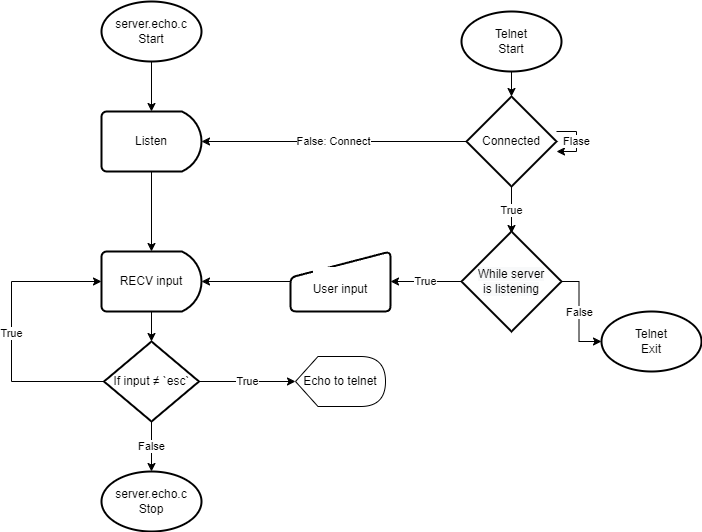
This is Relazione/flowchart.png from Vaxick/Socket-Server-Client, a draw.io export, as it was before one commit. Source tidied: cells renumbered, new cells last; positions are measured from the earlier drawing's top-left corner, leaving out a move shared by most shapes. Source of this version:
```xml
<mxGraphModel>
  <root>
    <mxCell id="0" />
    <mxCell id="1" parent="0" />
    <mxCell id="2" style="edgeStyle=orthogonalEdgeStyle;rounded=0;jettySize=auto;html=1;entryX=0.5;entryY=0;entryDx=0;entryDy=0;entryPerimeter=0;" parent="1" edge="1" target="7">
      <mxGeometry relative="1" as="geometry">
        <mxPoint x="140" y="60" as="sourcePoint" />
      </mxGeometry>
    </mxCell>
    <mxCell id="3" style="edgeStyle=orthogonalEdgeStyle;rounded=0;jettySize=auto;html=1;entryX=0.5;entryY=0;entryDx=0;entryDy=0;entryPerimeter=0;" parent="1" edge="1" target="10">
      <mxGeometry relative="1" as="geometry">
        <mxPoint x="500" y="70" as="sourcePoint" />
      </mxGeometry>
    </mxCell>
    <mxCell id="4" style="edgeStyle=orthogonalEdgeStyle;rounded=0;jettySize=auto;html=1;entryX=0.5;entryY=0;entryDx=0;entryDy=0;entryPerimeter=0;" parent="1" edge="1" source="5" target="22">
      <mxGeometry relative="1" as="geometry" />
    </mxCell>
    <mxCell id="5" value="RECV input" style="strokeWidth=2;html=1;shape=mxgraph.flowchart.delay;whiteSpace=wrap;labelBackgroundColor=#FFFFFF;" parent="1" vertex="1">
      <mxGeometry x="90" y="250" width="100" height="60" as="geometry" />
    </mxCell>
    <mxCell id="6" style="edgeStyle=orthogonalEdgeStyle;rounded=0;jettySize=auto;html=1;entryX=0.5;entryY=0;entryDx=0;entryDy=0;entryPerimeter=0;" parent="1" edge="1" source="7" target="5">
      <mxGeometry relative="1" as="geometry" />
    </mxCell>
    <mxCell id="7" value="Listen" style="strokeWidth=2;html=1;shape=mxgraph.flowchart.delay;whiteSpace=wrap;labelBackgroundColor=#FFFFFF;" parent="1" vertex="1">
      <mxGeometry x="90" y="110" width="100" height="60" as="geometry" />
    </mxCell>
    <mxCell id="8" value="False: Connect" style="edgeStyle=orthogonalEdgeStyle;rounded=0;jettySize=auto;html=1;entryX=1;entryY=0.5;entryDx=0;entryDy=0;entryPerimeter=0;" parent="1" edge="1" source="10" target="7">
      <mxGeometry relative="1" as="geometry" />
    </mxCell>
    <mxCell id="9" value="True" style="edgeStyle=orthogonalEdgeStyle;rounded=0;jettySize=auto;html=1;entryX=0.5;entryY=0.2;entryDx=0;entryDy=0;entryPerimeter=0;" parent="1" edge="1" source="10">
      <mxGeometry relative="1" as="geometry">
        <mxPoint x="500" y="232" as="targetPoint" />
      </mxGeometry>
    </mxCell>
    <mxCell id="10" value="Connected" style="strokeWidth=2;html=1;shape=mxgraph.flowchart.decision;whiteSpace=wrap;labelBackgroundColor=#FFFFFF;" parent="1" vertex="1">
      <mxGeometry x="455" y="95" width="90" height="90" as="geometry" />
    </mxCell>
    <mxCell id="11" value="server.echo.c&lt;br&gt;Stop" style="strokeWidth=2;html=1;shape=mxgraph.flowchart.start_1;whiteSpace=wrap;labelBackgroundColor=#FFFFFF;" parent="1" vertex="1">
      <mxGeometry x="90" y="470" width="100" height="60" as="geometry" />
    </mxCell>
    <mxCell id="12" value="Echo to telnet" style="shape=display;whiteSpace=wrap;html=1;labelBackgroundColor=#FFFFFF;" parent="1" vertex="1">
      <mxGeometry x="284" y="355" width="90" height="50" as="geometry" />
    </mxCell>
    <mxCell id="13" value="False" style="edgeStyle=orthogonalEdgeStyle;rounded=0;jettySize=auto;html=1;entryX=0;entryY=0.5;entryDx=0;entryDy=0;entryPerimeter=0;" parent="1" edge="1" target="16">
      <mxGeometry relative="1" as="geometry">
        <mxPoint x="545" y="280" as="sourcePoint" />
      </mxGeometry>
    </mxCell>
    <mxCell id="14" style="edgeStyle=orthogonalEdgeStyle;rounded=0;jettySize=auto;html=1;entryX=1;entryY=0.5;entryDx=0;entryDy=0;entryPerimeter=0;" parent="1" edge="1" source="15" target="5">
      <mxGeometry relative="1" as="geometry" />
    </mxCell>
    <mxCell id="15" value="&lt;br&gt;User input" style="html=1;strokeWidth=2;shape=manualInput;whiteSpace=wrap;rounded=1;size=26;arcSize=11;labelBackgroundColor=#FFFFFF;" parent="1" vertex="1">
      <mxGeometry x="279" y="250" width="100" height="60" as="geometry" />
    </mxCell>
    <mxCell id="16" value="Telnet&lt;br&gt;Exit" style="strokeWidth=2;html=1;shape=mxgraph.flowchart.start_1;whiteSpace=wrap;labelBackgroundColor=#FFFFFF;" parent="1" vertex="1">
      <mxGeometry x="590" y="310" width="100" height="60" as="geometry" />
    </mxCell>
    <mxCell id="17" value="True" style="edgeStyle=orthogonalEdgeStyle;rounded=0;jettySize=auto;html=1;entryX=1;entryY=0.5;entryDx=0;entryDy=0;" parent="1" edge="1" source="18" target="15">
      <mxGeometry relative="1" as="geometry" />
    </mxCell>
    <mxCell id="18" value="&lt;span style=&quot;background-color: rgb(248, 249, 250);&quot;&gt;While server&lt;br&gt;is listening&lt;br&gt;&lt;/span&gt;" style="strokeWidth=2;html=1;shape=mxgraph.flowchart.decision;whiteSpace=wrap;labelBackgroundColor=#FFFFFF;" parent="1" vertex="1">
      <mxGeometry x="450" y="230" width="100" height="100" as="geometry" />
    </mxCell>
    <mxCell id="19" value="True" style="edgeStyle=orthogonalEdgeStyle;rounded=0;jettySize=auto;html=1;entryX=0;entryY=0.5;entryDx=0;entryDy=0;entryPerimeter=0;" parent="1" edge="1" source="22" target="5">
      <mxGeometry relative="1" as="geometry">
        <Array as="points">
          <mxPoint y="380" />
          <mxPoint y="280" />
        </Array>
      </mxGeometry>
    </mxCell>
    <mxCell id="20" value="False" style="edgeStyle=orthogonalEdgeStyle;rounded=0;jettySize=auto;html=1;entryX=0.5;entryY=0;entryDx=0;entryDy=0;entryPerimeter=0;" parent="1" edge="1" source="22" target="11">
      <mxGeometry relative="1" as="geometry" />
    </mxCell>
    <mxCell id="21" value="True" style="edgeStyle=orthogonalEdgeStyle;rounded=0;jettySize=auto;html=1;entryX=0;entryY=0.5;entryDx=0;entryDy=0;entryPerimeter=0;" parent="1" edge="1" source="22" target="12">
      <mxGeometry relative="1" as="geometry" />
    </mxCell>
    <mxCell id="22" value="If input ≠ `esc`" style="strokeWidth=2;html=1;shape=mxgraph.flowchart.decision;whiteSpace=wrap;" parent="1" vertex="1">
      <mxGeometry x="92.5" y="340" width="95" height="80" as="geometry" />
    </mxCell>
    <mxCell id="23" value="Flase" style="edgeStyle=orthogonalEdgeStyle;rounded=0;orthogonalLoop=1;jettySize=auto;html=1;" parent="1" edge="1" source="10" target="10">
      <mxGeometry relative="1" as="geometry" />
    </mxCell>
    <mxCell id="24" value="server.echo.c&lt;br&gt;Start" style="strokeWidth=2;html=1;shape=mxgraph.flowchart.start_1;whiteSpace=wrap;labelBackgroundColor=#FFFFFF;" parent="1" vertex="1">
      <mxGeometry x="90" width="100" height="60" as="geometry" />
    </mxCell>
    <mxCell id="25" value="Telnet&lt;br&gt;Start" style="strokeWidth=2;html=1;shape=mxgraph.flowchart.start_1;whiteSpace=wrap;labelBackgroundColor=#FFFFFF;" parent="1" vertex="1">
      <mxGeometry x="450" y="10" width="100" height="60" as="geometry" />
    </mxCell>
  </root>
</mxGraphModel>
```
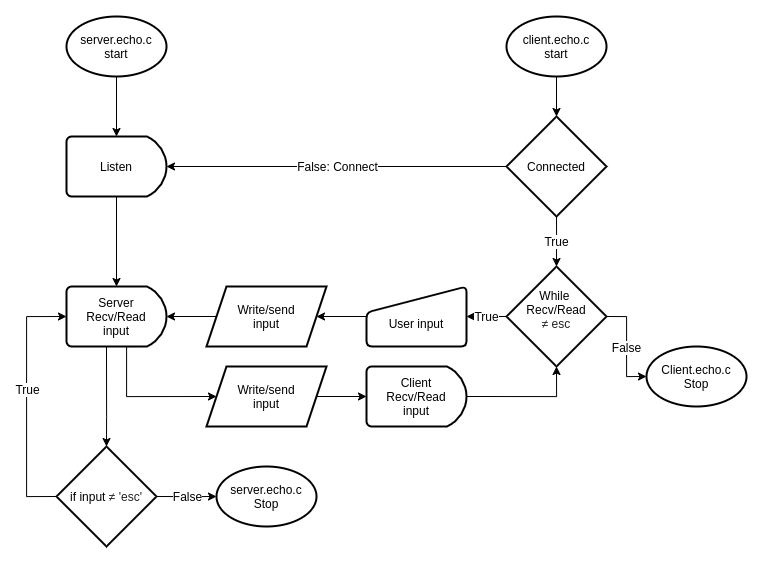
After the change.

What changed in the source:
```diff
@@ -2,90 +2,127 @@
   <root>
     <mxCell id="0" />
     <mxCell id="1" parent="0" />
-    <mxCell id="2" style="edgeStyle=orthogonalEdgeStyle;rounded=0;jettySize=auto;html=1;entryX=0.5;entryY=0;entryDx=0;entryDy=0;entryPerimeter=0;" parent="1" edge="1" target="7">
-      <mxGeometry relative="1" as="geometry">
-        <mxPoint x="140" y="60" as="sourcePoint" />
-      </mxGeometry>
-    </mxCell>
-    <mxCell id="3" style="edgeStyle=orthogonalEdgeStyle;rounded=0;jettySize=auto;html=1;entryX=0.5;entryY=0;entryDx=0;entryDy=0;entryPerimeter=0;" parent="1" edge="1" target="10">
-      <mxGeometry relative="1" as="geometry">
-        <mxPoint x="500" y="70" as="sourcePoint" />
-      </mxGeometry>
-    </mxCell>
-    <mxCell id="4" style="edgeStyle=orthogonalEdgeStyle;rounded=0;jettySize=auto;html=1;entryX=0.5;entryY=0;entryDx=0;entryDy=0;entryPerimeter=0;" parent="1" edge="1" source="5" target="22">
-      <mxGeometry relative="1" as="geometry" />
-    </mxCell>
-    <mxCell id="5" value="RECV input" style="strokeWidth=2;html=1;shape=mxgraph.flowchart.delay;whiteSpace=wrap;labelBackgroundColor=#FFFFFF;" parent="1" vertex="1">
-      <mxGeometry x="90" y="250" width="100" height="60" as="geometry" />
-    </mxCell>
-    <mxCell id="6" style="edgeStyle=orthogonalEdgeStyle;rounded=0;jettySize=auto;html=1;entryX=0.5;entryY=0;entryDx=0;entryDy=0;entryPerimeter=0;" parent="1" edge="1" source="7" target="5">
-      <mxGeometry relative="1" as="geometry" />
-    </mxCell>
+    <mxCell id="26" value="True" style="edgeStyle=orthogonalEdgeStyle;rounded=0;jettySize=auto;html=1;exitX=0.5;exitY=1;exitDx=0;exitDy=0;exitPerimeter=0;entryX=0.5;entryY=0;entryDx=0;entryDy=0;entryPerimeter=0;fontFamily=Helvetica;fontSize=12;" parent="1" edge="1" source="10" target="38">
+      <mxGeometry relative="1" as="geometry">
+        <Array as="points">
+          <mxPoint x="570" y="180" />
+          <mxPoint x="570" y="180" />
+        </Array>
+      </mxGeometry>
+    </mxCell>
+    <mxCell id="8" value="False: Connect" style="edgeStyle=orthogonalEdgeStyle;rounded=0;jettySize=auto;html=1;exitX=0;exitY=0.5;exitDx=0;exitDy=0;exitPerimeter=0;entryX=1;entryY=0.5;entryDx=0;entryDy=0;entryPerimeter=0;fontFamily=Helvetica;fontSize=12;" parent="1" edge="1" source="10" target="7">
+      <mxGeometry relative="1" as="geometry" />
+    </mxCell>
+    <mxCell id="10" value="Connected" style="strokeWidth=2;html=1;shape=mxgraph.flowchart.decision;whiteSpace=wrap;" parent="1" vertex="1">
+      <mxGeometry x="520" y="60" width="100" height="100" as="geometry" />
+    </mxCell>
+    <mxCell id="27" style="edgeStyle=orthogonalEdgeStyle;rounded=0;jettySize=auto;html=1;fontFamily=Helvetica;fontSize=12;" parent="1" edge="1" source="7" target="34">
+      <mxGeometry relative="1" as="geometry" />
+    </mxCell>
-    <mxCell id="7" value="Listen" style="strokeWidth=2;html=1;shape=mxgraph.flowchart.delay;whiteSpace=wrap;labelBackgroundColor=#FFFFFF;" parent="1" vertex="1">
-      <mxGeometry x="90" y="110" width="100" height="60" as="geometry" />
+    <mxCell id="7" value="Listen" style="strokeWidth=2;html=1;shape=mxgraph.flowchart.delay;whiteSpace=wrap;" parent="1" vertex="1">
+      <mxGeometry x="80" y="80" width="100" height="60" as="geometry" />
     </mxCell>
-    <mxCell id="8" value="False: Connect" style="edgeStyle=orthogonalEdgeStyle;rounded=0;jettySize=auto;html=1;entryX=1;entryY=0.5;entryDx=0;entryDy=0;entryPerimeter=0;" parent="1" edge="1" source="10" target="7">
-      <mxGeometry relative="1" as="geometry" />
-    </mxCell>
-    <mxCell id="9" value="True" style="edgeStyle=orthogonalEdgeStyle;rounded=0;jettySize=auto;html=1;entryX=0.5;entryY=0.2;entryDx=0;entryDy=0;entryPerimeter=0;" parent="1" edge="1" source="10">
-      <mxGeometry relative="1" as="geometry">
-        <mxPoint x="500" y="232" as="targetPoint" />
-      </mxGeometry>
-    </mxCell>
-    <mxCell id="10" value="Connected" style="strokeWidth=2;html=1;shape=mxgraph.flowchart.decision;whiteSpace=wrap;labelBackgroundColor=#FFFFFF;" parent="1" vertex="1">
-      <mxGeometry x="455" y="95" width="90" height="90" as="geometry" />
-    </mxCell>
+    <mxCell id="28" style="edgeStyle=orthogonalEdgeStyle;rounded=0;jettySize=auto;html=1;exitX=0.5;exitY=1;exitDx=0;exitDy=0;exitPerimeter=0;entryX=0.5;entryY=0;entryDx=0;entryDy=0;entryPerimeter=0;fontFamily=Helvetica;fontSize=12;" parent="1" edge="1" source="29" target="7">
+      <mxGeometry relative="1" as="geometry" />
+    </mxCell>
+    <mxCell id="29" value="server.echo.c&lt;br&gt;start" style="strokeWidth=2;html=1;shape=mxgraph.flowchart.start_1;whiteSpace=wrap;" parent="1" vertex="1">
+      <mxGeometry x="80" y="-40" width="100" height="60" as="geometry" />
+    </mxCell>
+    <mxCell id="30" style="edgeStyle=orthogonalEdgeStyle;rounded=0;jettySize=auto;html=1;fontFamily=Helvetica;fontSize=12;" parent="1" edge="1" source="31" target="10">
+      <mxGeometry relative="1" as="geometry" />
+    </mxCell>
+    <mxCell id="31" value="client.echo.c&lt;br&gt;start" style="strokeWidth=2;html=1;shape=mxgraph.flowchart.start_1;whiteSpace=wrap;" parent="1" vertex="1">
+      <mxGeometry x="520" y="-40" width="100" height="60" as="geometry" />
+    </mxCell>
+    <mxCell id="32" style="edgeStyle=orthogonalEdgeStyle;rounded=0;jettySize=auto;html=1;exitX=0.5;exitY=1;exitDx=0;exitDy=0;exitPerimeter=0;entryX=0.5;entryY=0;entryDx=0;entryDy=0;entryPerimeter=0;fontFamily=Helvetica;fontSize=12;" parent="1" edge="1" target="42">
+      <mxGeometry relative="1" as="geometry">
+        <mxPoint x="120" y="290" as="sourcePoint" />
+        <Array as="points">
+          <mxPoint x="120" y="360" />
+          <mxPoint x="120" y="360" />
+        </Array>
+      </mxGeometry>
+    </mxCell>
+    <mxCell id="33" style="edgeStyle=orthogonalEdgeStyle;rounded=0;jettySize=auto;html=1;exitX=0.81;exitY=1;exitDx=0;exitDy=0;exitPerimeter=0;entryX=0;entryY=0.5;entryDx=0;entryDy=0;fontFamily=Helvetica;fontSize=12;" parent="1" edge="1" source="34" target="50">
+      <mxGeometry relative="1" as="geometry">
+        <Array as="points">
+          <mxPoint x="140" y="290" />
+          <mxPoint x="140" y="340" />
+        </Array>
+      </mxGeometry>
+    </mxCell>
+    <mxCell id="34" value="Server&lt;br&gt;Recv/Read&lt;br&gt;input" style="strokeWidth=2;html=1;shape=mxgraph.flowchart.delay;whiteSpace=wrap;" parent="1" vertex="1">
+      <mxGeometry x="80" y="230" width="100" height="60" as="geometry" />
+    </mxCell>
+    <mxCell id="35" style="edgeStyle=orthogonalEdgeStyle;rounded=0;jettySize=auto;html=1;exitX=0;exitY=0.5;exitDx=0;exitDy=0;exitPerimeter=0;fontFamily=Helvetica;fontSize=12;startArrow=none;" parent="1" edge="1" source="15">
+      <mxGeometry relative="1" as="geometry">
+        <mxPoint x="480" y="260" as="targetPoint" />
+        <Array as="points">
+          <mxPoint x="470" y="260" />
+          <mxPoint x="470" y="260" />
+        </Array>
+      </mxGeometry>
+    </mxCell>
+    <mxCell id="36" value="False" style="edgeStyle=orthogonalEdgeStyle;rounded=0;jettySize=auto;html=1;exitX=1;exitY=0.5;exitDx=0;exitDy=0;exitPerimeter=0;entryX=0;entryY=0.5;entryDx=0;entryDy=0;entryPerimeter=0;fontFamily=Helvetica;fontSize=12;" parent="1" edge="1" source="38" target="43">
+      <mxGeometry relative="1" as="geometry" />
+    </mxCell>
+    <mxCell id="37" value="True" style="edgeStyle=orthogonalEdgeStyle;rounded=0;jettySize=auto;html=1;exitX=0;exitY=0.5;exitDx=0;exitDy=0;exitPerimeter=0;entryX=1;entryY=0.5;entryDx=0;entryDy=0;fontFamily=Helvetica;fontSize=12;" parent="1" edge="1" source="38" target="15">
+      <mxGeometry relative="1" as="geometry" />
+    </mxCell>
+    <mxCell id="38" value="While &lt;br&gt;Recv/Read&lt;br&gt;&lt;span style=&quot;color: rgb(32, 33, 36); text-align: left; background-color: rgb(255, 255, 255);&quot;&gt;≠ esc&lt;/span&gt;&lt;br&gt;&amp;nbsp;" style="strokeWidth=2;html=1;shape=mxgraph.flowchart.decision;whiteSpace=wrap;" parent="1" vertex="1">
+      <mxGeometry x="520" y="210" width="100" height="100" as="geometry" />
+    </mxCell>
+    <mxCell id="39" style="edgeStyle=orthogonalEdgeStyle;rounded=0;jettySize=auto;html=1;exitX=0;exitY=0.5;exitDx=0;exitDy=0;exitPerimeter=0;entryX=0;entryY=0.5;entryDx=0;entryDy=0;entryPerimeter=0;fontFamily=Helvetica;fontSize=12;" parent="1" edge="1" source="42" target="34">
+      <mxGeometry relative="1" as="geometry">
+        <Array as="points">
+          <mxPoint x="40" y="440" />
+          <mxPoint x="40" y="260" />
+        </Array>
+      </mxGeometry>
+    </mxCell>
+    <mxCell id="40" value="True" style="edgeLabel;html=1;align=center;verticalAlign=middle;fontSize=12;fontFamily=Helvetica;" parent="39" vertex="1">
+      <mxGeometry x="0.1" relative="1" as="geometry" />
+    </mxCell>
+    <mxCell id="41" value="False" style="edgeStyle=orthogonalEdgeStyle;rounded=0;jettySize=auto;html=1;exitX=1;exitY=0.5;exitDx=0;exitDy=0;exitPerimeter=0;entryX=0;entryY=0.5;entryDx=0;entryDy=0;entryPerimeter=0;fontFamily=Helvetica;fontSize=12;" parent="1" edge="1" source="42" target="11">
+      <mxGeometry relative="1" as="geometry">
+        <Array as="points">
+          <mxPoint x="210" y="440" />
+          <mxPoint x="210" y="440" />
+        </Array>
+      </mxGeometry>
+    </mxCell>
+    <mxCell id="42" value="if input&amp;nbsp;&lt;span style=&quot;color: rgb(32, 33, 36); text-align: left; background-color: rgb(255, 255, 255);&quot;&gt;&lt;font style=&quot;font-size: 12px;&quot;&gt;≠ 'esc'&lt;/font&gt;&lt;/span&gt;" style="strokeWidth=2;html=1;shape=mxgraph.flowchart.decision;whiteSpace=wrap;" parent="1" vertex="1">
+      <mxGeometry x="70" y="390" width="100" height="100" as="geometry" />
+    </mxCell>
+    <mxCell id="43" value="Client.echo.c&lt;br&gt;Stop" style="strokeWidth=2;html=1;shape=mxgraph.flowchart.start_1;whiteSpace=wrap;" parent="1" vertex="1">
+      <mxGeometry x="660" y="290" width="100" height="60" as="geometry" />
+    </mxCell>
-    <mxCell id="11" value="server.echo.c&lt;br&gt;Stop" style="strokeWidth=2;html=1;shape=mxgraph.flowchart.start_1;whiteSpace=wrap;labelBackgroundColor=#FFFFFF;" parent="1" vertex="1">
-      <mxGeometry x="90" y="470" width="100" height="60" as="geometry" />
+    <mxCell id="11" value="server.echo.c&lt;br&gt;Stop" style="strokeWidth=2;html=1;shape=mxgraph.flowchart.start_1;whiteSpace=wrap;" parent="1" vertex="1">
+      <mxGeometry x="230" y="410" width="100" height="60" as="geometry" />
     </mxCell>
-    <mxCell id="12" value="Echo to telnet" style="shape=display;whiteSpace=wrap;html=1;labelBackgroundColor=#FFFFFF;" parent="1" vertex="1">
-      <mxGeometry x="284" y="355" width="90" height="50" as="geometry" />
-    </mxCell>
-    <mxCell id="13" value="False" style="edgeStyle=orthogonalEdgeStyle;rounded=0;jettySize=auto;html=1;entryX=0;entryY=0.5;entryDx=0;entryDy=0;entryPerimeter=0;" parent="1" edge="1" target="16">
-      <mxGeometry relative="1" as="geometry">
-        <mxPoint x="545" y="280" as="sourcePoint" />
-      </mxGeometry>
-    </mxCell>
-    <mxCell id="14" style="edgeStyle=orthogonalEdgeStyle;rounded=0;jettySize=auto;html=1;entryX=1;entryY=0.5;entryDx=0;entryDy=0;entryPerimeter=0;" parent="1" edge="1" source="15" target="5">
-      <mxGeometry relative="1" as="geometry" />
-    </mxCell>
+    <mxCell id="44" style="edgeStyle=orthogonalEdgeStyle;rounded=0;jettySize=auto;html=1;exitX=1;exitY=0.5;exitDx=0;exitDy=0;exitPerimeter=0;entryX=0.5;entryY=1;entryDx=0;entryDy=0;entryPerimeter=0;fontFamily=Helvetica;fontSize=12;" parent="1" edge="1" source="45" target="38">
+      <mxGeometry relative="1" as="geometry" />
+    </mxCell>
+    <mxCell id="45" value="Client&lt;br&gt;Recv/Read&lt;br&gt;input" style="strokeWidth=2;html=1;shape=mxgraph.flowchart.delay;whiteSpace=wrap;" parent="1" vertex="1">
+      <mxGeometry x="380" y="310" width="100" height="60" as="geometry" />
+    </mxCell>
+    <mxCell id="46" style="edgeStyle=orthogonalEdgeStyle;rounded=0;jettySize=auto;html=1;exitX=0;exitY=0.5;exitDx=0;exitDy=0;entryX=1;entryY=0.5;entryDx=0;entryDy=0;fontFamily=Helvetica;fontSize=12;" parent="1" edge="1" source="15" target="48">
+      <mxGeometry relative="1" as="geometry" />
+    </mxCell>
-    <mxCell id="15" value="&lt;br&gt;User input" style="html=1;strokeWidth=2;shape=manualInput;whiteSpace=wrap;rounded=1;size=26;arcSize=11;labelBackgroundColor=#FFFFFF;" parent="1" vertex="1">
-      <mxGeometry x="279" y="250" width="100" height="60" as="geometry" />
+    <mxCell id="15" value="&lt;br&gt;User input" style="html=1;strokeWidth=2;shape=manualInput;whiteSpace=wrap;rounded=1;size=26;arcSize=11;" parent="1" vertex="1">
+      <mxGeometry x="380" y="230" width="100" height="60" as="geometry" />
     </mxCell>
-    <mxCell id="16" value="Telnet&lt;br&gt;Exit" style="strokeWidth=2;html=1;shape=mxgraph.flowchart.start_1;whiteSpace=wrap;labelBackgroundColor=#FFFFFF;" parent="1" vertex="1">
-      <mxGeometry x="590" y="310" width="100" height="60" as="geometry" />
-    </mxCell>
-    <mxCell id="17" value="True" style="edgeStyle=orthogonalEdgeStyle;rounded=0;jettySize=auto;html=1;entryX=1;entryY=0.5;entryDx=0;entryDy=0;" parent="1" edge="1" source="18" target="15">
-      <mxGeometry relative="1" as="geometry" />
-    </mxCell>
-    <mxCell id="18" value="&lt;span style=&quot;background-color: rgb(248, 249, 250);&quot;&gt;While server&lt;br&gt;is listening&lt;br&gt;&lt;/span&gt;" style="strokeWidth=2;html=1;shape=mxgraph.flowchart.decision;whiteSpace=wrap;labelBackgroundColor=#FFFFFF;" parent="1" vertex="1">
-      <mxGeometry x="450" y="230" width="100" height="100" as="geometry" />
-    </mxCell>
-    <mxCell id="19" value="True" style="edgeStyle=orthogonalEdgeStyle;rounded=0;jettySize=auto;html=1;entryX=0;entryY=0.5;entryDx=0;entryDy=0;entryPerimeter=0;" parent="1" edge="1" source="22" target="5">
-      <mxGeometry relative="1" as="geometry">
-        <Array as="points">
-          <mxPoint y="380" />
-          <mxPoint y="280" />
-        </Array>
-      </mxGeometry>
-    </mxCell>
-    <mxCell id="20" value="False" style="edgeStyle=orthogonalEdgeStyle;rounded=0;jettySize=auto;html=1;entryX=0.5;entryY=0;entryDx=0;entryDy=0;entryPerimeter=0;" parent="1" edge="1" source="22" target="11">
-      <mxGeometry relative="1" as="geometry" />
-    </mxCell>
-    <mxCell id="21" value="True" style="edgeStyle=orthogonalEdgeStyle;rounded=0;jettySize=auto;html=1;entryX=0;entryY=0.5;entryDx=0;entryDy=0;entryPerimeter=0;" parent="1" edge="1" source="22" target="12">
-      <mxGeometry relative="1" as="geometry" />
-    </mxCell>
-    <mxCell id="22" value="If input ≠ `esc`" style="strokeWidth=2;html=1;shape=mxgraph.flowchart.decision;whiteSpace=wrap;" parent="1" vertex="1">
-      <mxGeometry x="92.5" y="340" width="95" height="80" as="geometry" />
-    </mxCell>
-    <mxCell id="23" value="Flase" style="edgeStyle=orthogonalEdgeStyle;rounded=0;orthogonalLoop=1;jettySize=auto;html=1;" parent="1" edge="1" source="10" target="10">
-      <mxGeometry relative="1" as="geometry" />
-    </mxCell>
-    <mxCell id="24" value="server.echo.c&lt;br&gt;Start" style="strokeWidth=2;html=1;shape=mxgraph.flowchart.start_1;whiteSpace=wrap;labelBackgroundColor=#FFFFFF;" parent="1" vertex="1">
-      <mxGeometry x="90" width="100" height="60" as="geometry" />
-    </mxCell>
-    <mxCell id="25" value="Telnet&lt;br&gt;Start" style="strokeWidth=2;html=1;shape=mxgraph.flowchart.start_1;whiteSpace=wrap;labelBackgroundColor=#FFFFFF;" parent="1" vertex="1">
-      <mxGeometry x="450" y="10" width="100" height="60" as="geometry" />
-    </mxCell>
+    <mxCell id="47" style="edgeStyle=orthogonalEdgeStyle;rounded=0;jettySize=auto;html=1;exitX=0;exitY=0.5;exitDx=0;exitDy=0;entryX=1;entryY=0.5;entryDx=0;entryDy=0;entryPerimeter=0;fontFamily=Helvetica;fontSize=12;" parent="1" edge="1" source="48" target="34">
+      <mxGeometry relative="1" as="geometry" />
+    </mxCell>
+    <mxCell id="48" value="Write/send&lt;br&gt;input" style="shape=parallelogram;perimeter=parallelogramPerimeter;whiteSpace=wrap;html=1;fixedSize=1;fontFamily=Helvetica;fontSize=12;strokeWidth=2;" parent="1" vertex="1">
+      <mxGeometry x="220" y="230" width="120" height="60" as="geometry" />
+    </mxCell>
+    <mxCell id="49" style="edgeStyle=orthogonalEdgeStyle;rounded=0;jettySize=auto;html=1;exitX=1;exitY=0.5;exitDx=0;exitDy=0;entryX=0;entryY=0.5;entryDx=0;entryDy=0;entryPerimeter=0;fontFamily=Helvetica;fontSize=12;" parent="1" edge="1" source="50" target="45">
+      <mxGeometry relative="1" as="geometry" />
+    </mxCell>
+    <mxCell id="50" value="Write/send&lt;br&gt;input" style="shape=parallelogram;perimeter=parallelogramPerimeter;whiteSpace=wrap;html=1;fixedSize=1;fontFamily=Helvetica;fontSize=12;strokeWidth=2;" parent="1" vertex="1">
+      <mxGeometry x="220" y="310" width="120" height="60" as="geometry" />
+    </mxCell>
   </root>
 </mxGraphModel>
```
